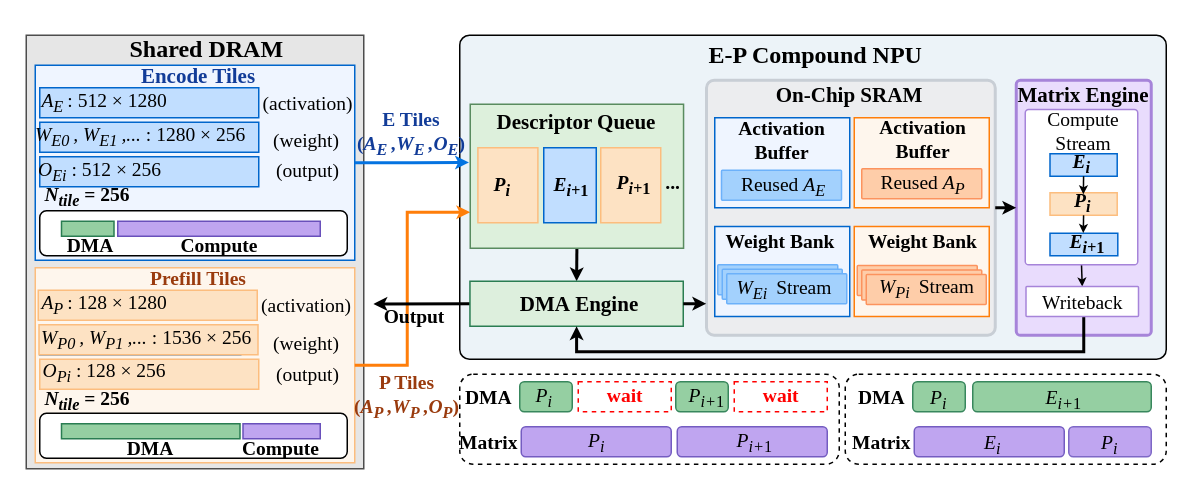
This is figures/decode.drawio from icszhr/hermes, a draw.io file, before an edit. Source tidied: cells renumbered, new cells numbered last; positions are measured from the earlier drawing's top-left corner, leaving out a move shared by most shapes. Both pictures are drawn from the tidied source at 150%, with x=0, y=0 at pixel (26, 26).
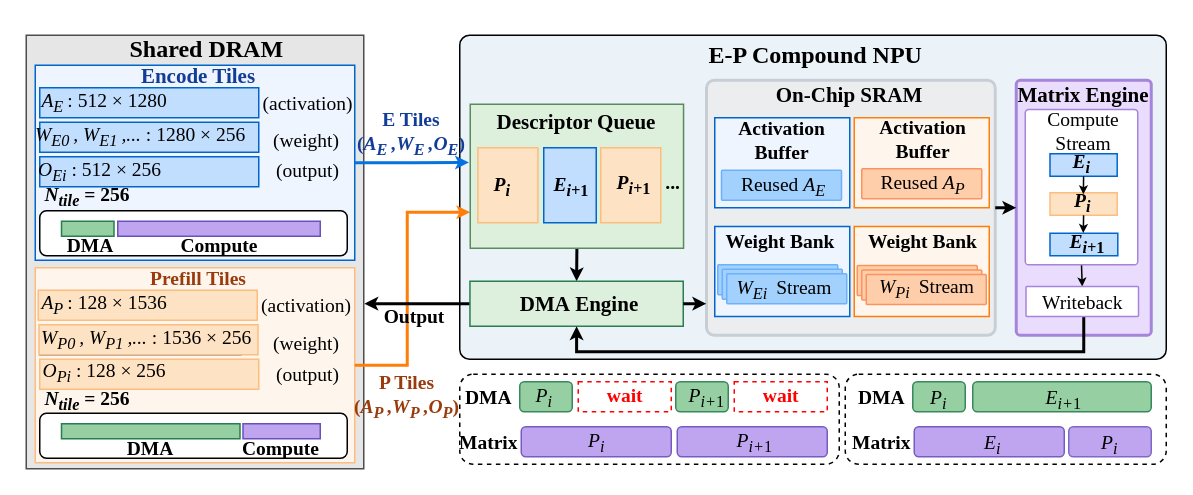
Above is the later version.

Unchanged cells that the change refers to:
```xml
<mxCell id="32" value="&lt;font color=&quot;#000000&quot; face=&quot;Times New Roman&quot;&gt;&lt;span style=&quot;font-weight: 400;&quot;&gt;(activation)&lt;/span&gt;&lt;/font&gt;" style="text;html=1;whiteSpace=wrap;strokeColor=none;fillColor=none;align=center;verticalAlign=middle;rounded=0;fontStyle=1;fontColor=#0066CC;fontSize=13;" parent="1" vertex="1">
  <mxGeometry x="142" y="171" width="90" height="30" as="geometry" />
</mxCell>
<mxCell id="73" style="rounded=0;whiteSpace=wrap;html=1;fillColor=light-dark(#ddefdd, #ededed);strokeColor=light-dark(#2a7d52, #ededed);fontSize=13;" parent="1" vertex="1">
  <mxGeometry x="295.8" y="170" width="142.2" height="30" as="geometry" />
</mxCell>
<mxCell id="122" value="&lt;font color=&quot;#000000&quot; face=&quot;Times New Roman&quot;&gt;Output&lt;/font&gt;" style="text;html=1;whiteSpace=wrap;strokeColor=none;fillColor=none;align=center;verticalAlign=middle;rounded=0;fontStyle=1;fontColor=light-dark(#123c98, #56aeff);fontSize=13;" parent="1" vertex="1">
  <mxGeometry x="194" y="183" width="130" height="20" as="geometry" />
</mxCell>
```

Change to the diagram source:
```diff
@@
-    <mxCell id="31" value="&lt;font face=&quot;Times New Roman&quot; style=&quot;font-weight: normal; color: rgb(0, 0, 0);&quot;&gt;&lt;i&gt;A&lt;sub&gt;&lt;font&gt;P&lt;/font&gt;&amp;nbsp;&lt;/sub&gt;&lt;/i&gt;: 128&amp;nbsp;&lt;span style=&quot;color: light-dark(rgb(0, 0, 0), rgb(237, 237, 237)); background-color: transparent;&quot;&gt;× 1280&lt;/span&gt;&lt;span style=&quot;color: light-dark(rgb(0, 0, 0), rgb(237, 237, 237)); background-color: transparent;&quot;&gt;&amp;nbsp;&lt;/span&gt;&lt;br&gt;&lt;/font&gt;" style="text;html=1;whiteSpace=wrap;strokeColor=none;fillColor=none;align=center;verticalAlign=middle;rounded=0;fontStyle=1;fontColor=#0066CC;fontSize=13;" parent="1" vertex="1">
+    <mxCell id="31" value="&lt;font face=&quot;Times New Roman&quot; style=&quot;font-weight: normal; color: rgb(0, 0, 0);&quot;&gt;&lt;i&gt;A&lt;sub&gt;&lt;font&gt;P&lt;/font&gt;&amp;nbsp;&lt;/sub&gt;&lt;/i&gt;: 128&amp;nbsp;&lt;span style=&quot;color: light-dark(rgb(0, 0, 0), rgb(237, 237, 237)); background-color: transparent;&quot;&gt;× 1536&lt;/span&gt;&lt;span style=&quot;color: light-dark(rgb(0, 0, 0), rgb(237, 237, 237)); background-color: transparent;&quot;&gt;&amp;nbsp;&lt;/span&gt;&lt;br&gt;&lt;/font&gt;" style="text;html=1;whiteSpace=wrap;strokeColor=none;fillColor=none;align=center;verticalAlign=middle;rounded=0;fontStyle=1;fontColor=#0066CC;fontSize=13;" parent="1" vertex="1">
       <mxGeometry x="9" y="171" width="90" height="30" as="geometry" />
     </mxCell>
@@
-    <mxCell id="72" style="rounded=0;jettySize=auto;html=1;exitX=0;exitY=0.5;exitDx=0;exitDy=0;entryX=0.994;entryY=0.471;entryDx=0;entryDy=0;entryPerimeter=0;endSize=3;strokeWidth=2;fontSize=13;" parent="1" edge="1" source="73" target="32">
+    <mxCell id="72" style="rounded=0;jettySize=auto;html=1;exitX=0;exitY=0.5;exitDx=0;exitDy=0;entryX=0.242;entryY=0.098;entryDx=0;entryDy=0;endSize=3;strokeWidth=2;fontSize=13;entryPerimeter=0;" parent="1" edge="1" source="73" target="122">
       <mxGeometry relative="1" as="geometry" />
     </mxCell>
```
